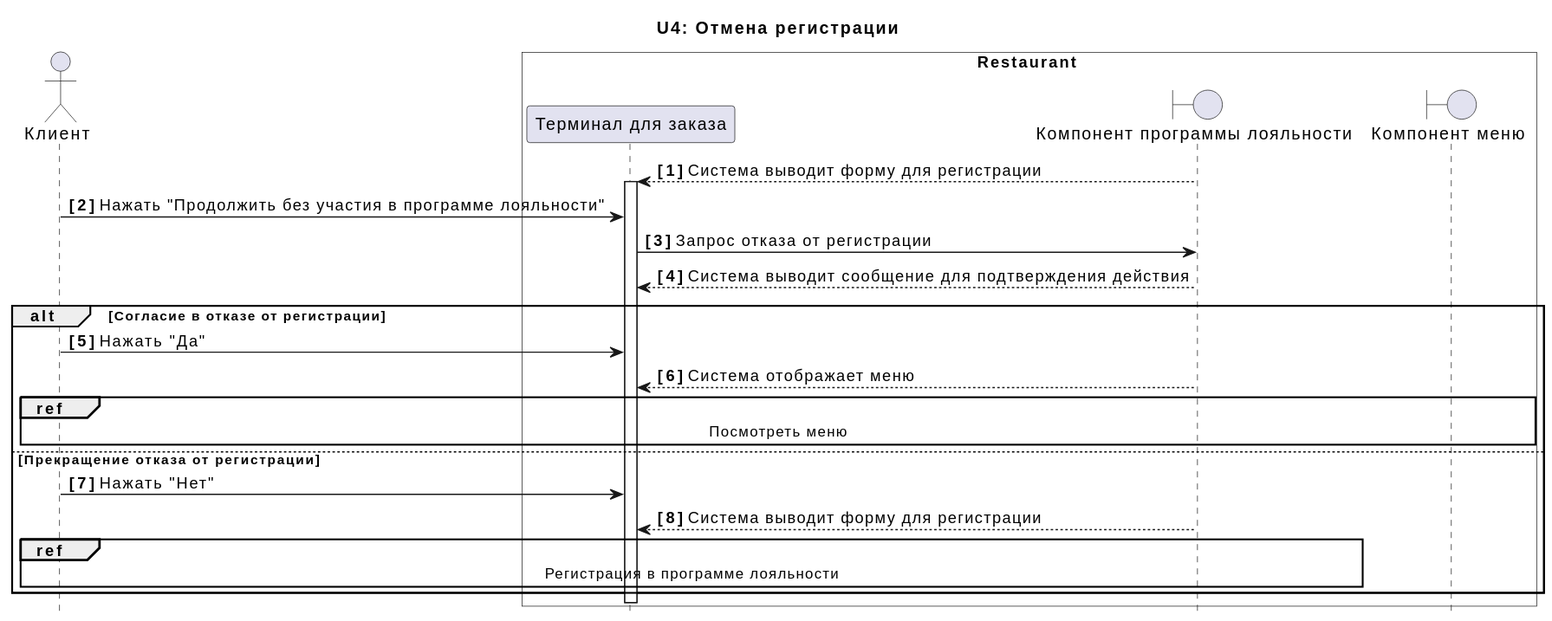
Earlier version of the PlantUML export docs/diagrams/include/UC4.svg (xxx996/OTUS_Restaraunt). The source it was exported from:
```plantuml
@startuml
actor "Клиент" as C

title U4: Отмена регистрации
box Restaurant #Transparent
participant  "Терминал для заказа" as A
boundary "Компонент программы лояльности" as L
boundary "Компонент меню" as M

end box
hide footbox
autonumber "<b>[0]"

L --> A++:  Система выводит форму для регистрации
C -> A:  Нажать "Продолжить без участия в программе лояльности"
A -> L:  Запрос отказа от регистрации
L --> A:  Система выводит сообщение для подтверждения действия

alt Согласие в отказе от регистрации

C -> A:  Нажать "Да"
L --> A:  Система отображает меню
ref over C, M:  Посмотреть меню

else Прекращение отказа от регистрации

C -> A:  Нажать "Нет"
L --> A:  Система выводит форму для регистрации
ref over C, L:  Регистрация в программе лояльности


end
@enduml
```
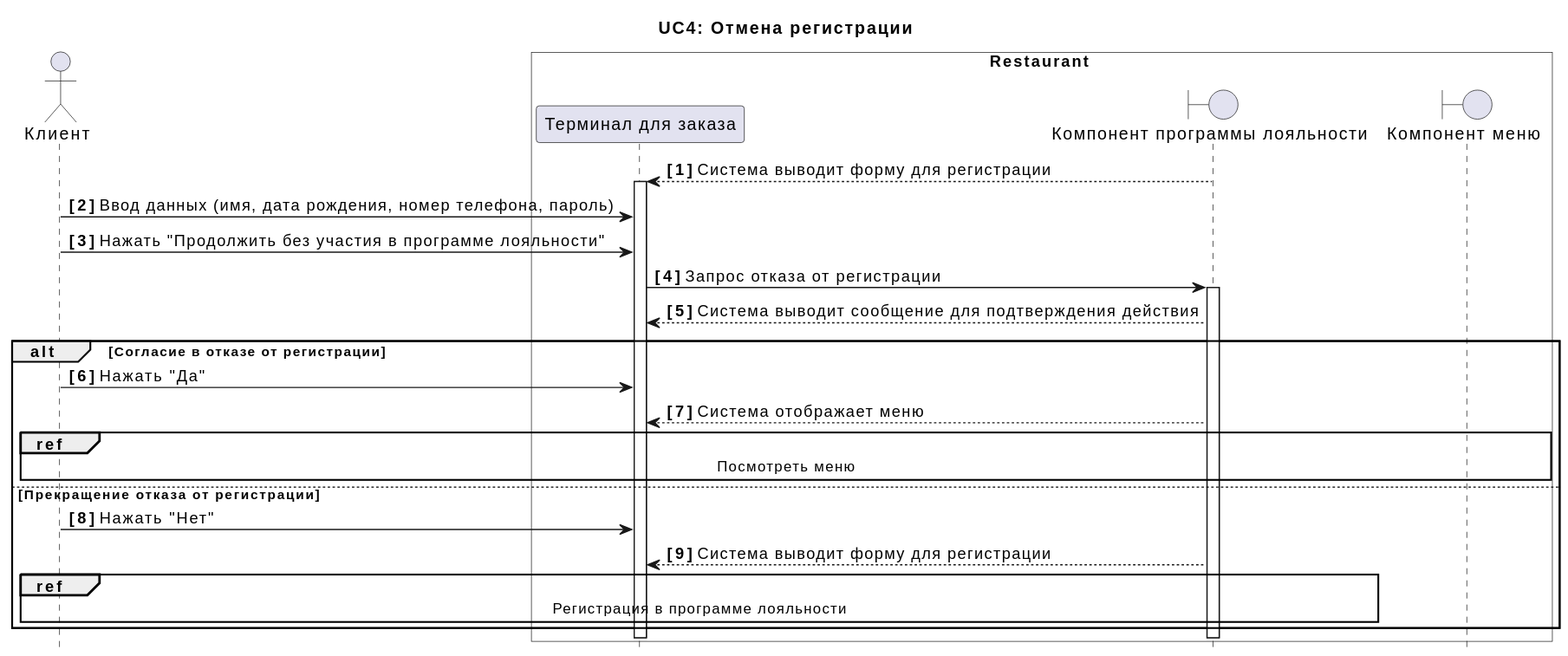
After the commit.

The edit, as a diff of the source:
```diff
@@ -1,7 +1,7 @@
 @startuml
 actor "Клиент" as C
 
-title U4: Отмена регистрации
+title UC4: Отмена регистрации
 box Restaurant #Transparent
 participant  "Терминал для заказа" as A
 boundary "Компонент программы лояльности" as L
@@ -12,8 +12,9 @@
 autonumber "<b>[0]"
 
 L --> A++:  Система выводит форму для регистрации
+C -> A:  Ввод данных (имя, дата рождения, номер телефона, пароль)
 C -> A:  Нажать "Продолжить без участия в программе лояльности"
-A -> L:  Запрос отказа от регистрации
+A -> L++:  Запрос отказа от регистрации
 L --> A:  Система выводит сообщение для подтверждения действия
 
 alt Согласие в отказе от регистрации
```
